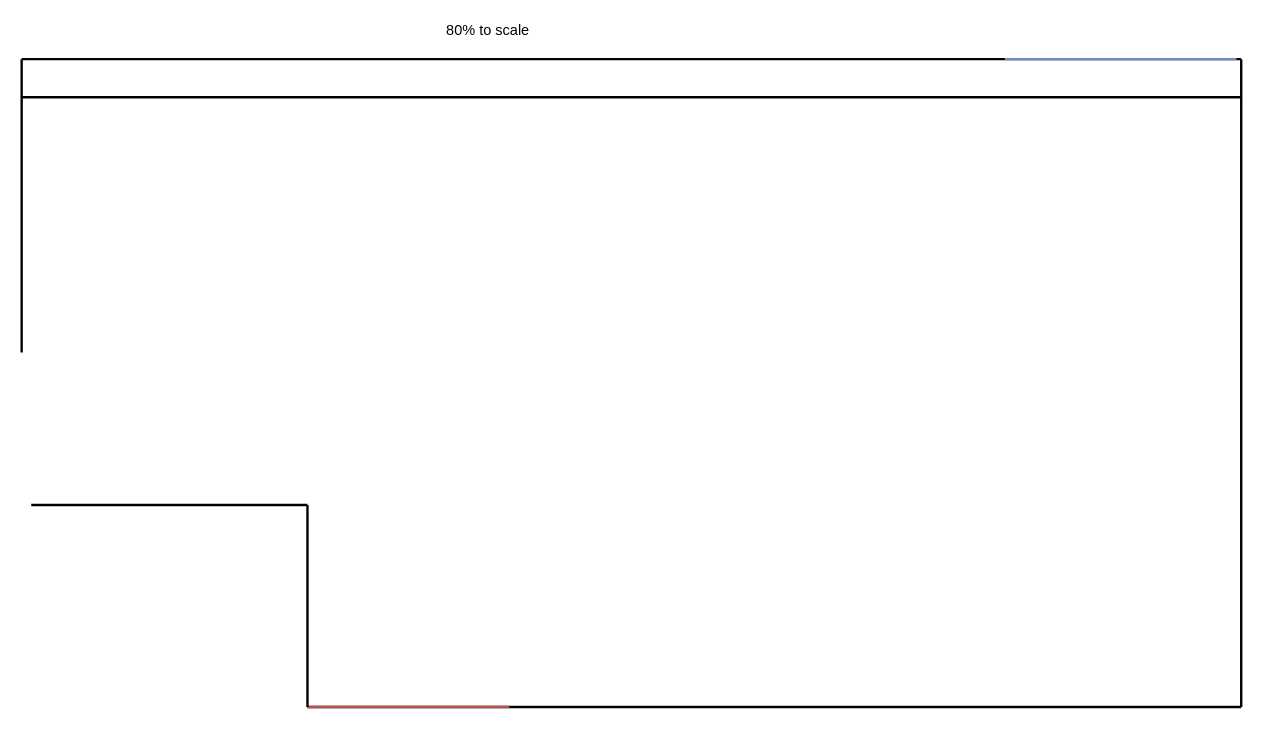
This is page "basement living" (5 of 7) of house_specs.drawio from bodegus/sum_pl_specs, a draw.io file, before an edit. Source tidied: cells renumbered, new cells numbered last; positions are measured from the earlier drawing's top-left corner, leaving out a move shared by most shapes. Both pictures are drawn from the tidied source at 121%, with x=0, y=0 at pixel (21, 21).
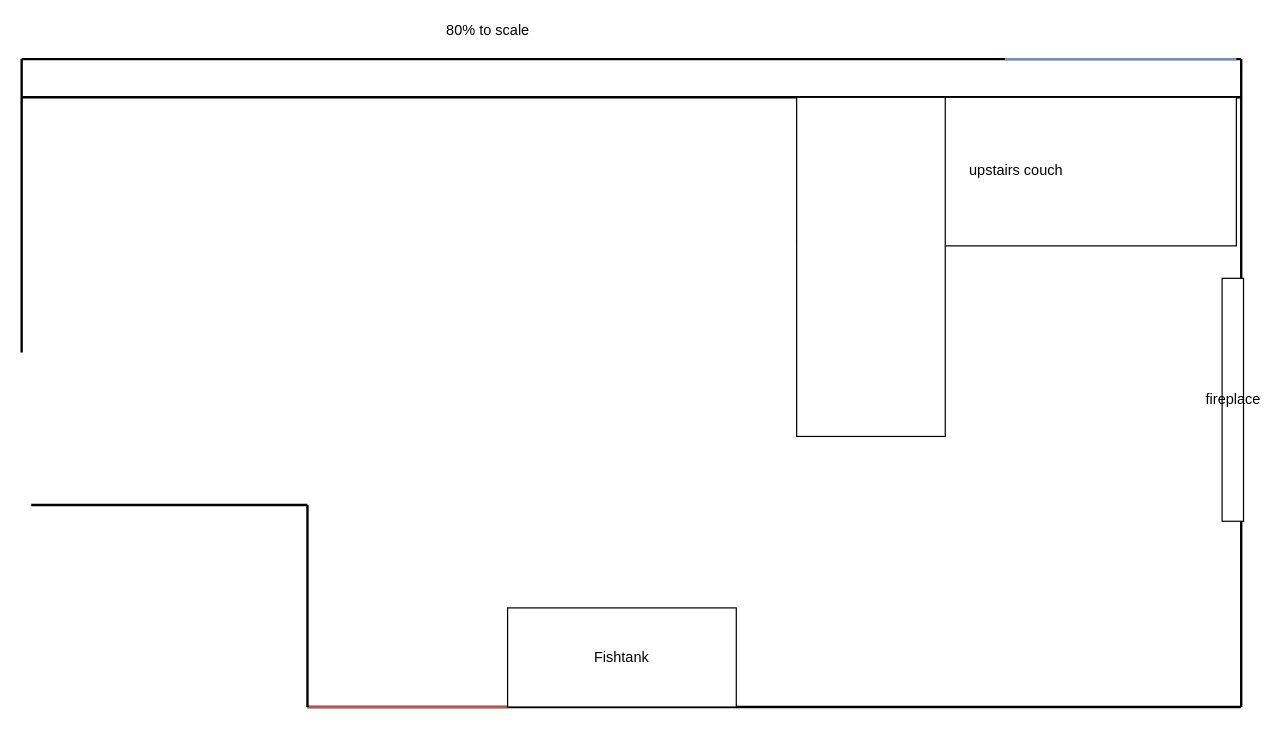
The same page after the edit.

Diff of the diagram source:
```diff
@@
     <mxCell id="2" style="group;" parent="1" vertex="1">
-      <mxGeometry x="0.4" y="-0.1" width="1007.9" height="566.9" as="geometry" />
+      <mxGeometry x="0.4" y="-0.1" width="1009.8" height="566.9" as="geometry" />
     </mxCell>
@@
+    <mxCell id="13" value="Fishtank" style="rounded=0;whiteSpace=wrap;html=1;" parent="2" vertex="1">
+      <mxGeometry x="401.6" y="485" width="189" height="81.9" as="geometry" />
+    </mxCell>
+    <mxCell id="14" value="upstairs couch" style="rounded=0;whiteSpace=wrap;html=1;" parent="2" vertex="1">
+      <mxGeometry x="640.5" y="63" width="363.4" height="122.8" as="geometry" />
+    </mxCell>
+    <mxCell id="15" style="rounded=0;whiteSpace=wrap;html=1;" parent="2" vertex="1">
+      <mxGeometry x="640.5" y="63" width="122.8" height="280.3" as="geometry" />
+    </mxCell>
+    <mxCell id="16" value="fireplace" style="rounded=0;whiteSpace=wrap;html=1;" parent="2" vertex="1">
+      <mxGeometry x="992.1" y="212.6" width="17.7" height="200.8" as="geometry" />
+    </mxCell>
```
